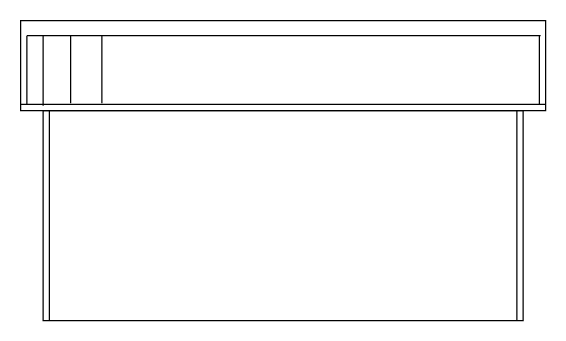
Above: Billings Elevation.drawio in dpolaristar/drawio (draw.io), before the change. Source tidied: cells renumbered, new cells numbered last; positions are measured from the earlier drawing's top-left corner, leaving out a move shared by most shapes. Both pictures are drawn from the tidied source at 125%, with x=0, y=0 at pixel (20, 20).
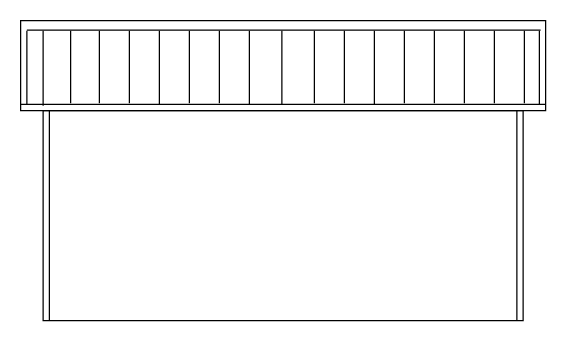
The same page after the edit.

What changed in the source:
```diff
@@
     <mxCell id="5" style="line;strokeWidth=1;direction=south;html=1;" parent="1" vertex="1">
-      <mxGeometry y="12" width="10" height="55" as="geometry" />
+      <mxGeometry y="8" width="10" height="59" as="geometry" />
     </mxCell>
     <mxCell id="6" style="line;strokeWidth=1;direction=south;html=1;" parent="1" vertex="1">
-      <mxGeometry x="410" y="12" width="10" height="55" as="geometry" />
+      <mxGeometry x="410" y="8" width="10" height="59" as="geometry" />
     </mxCell>
     <mxCell id="7" style="line;strokeWidth=1;html=1;" parent="1" vertex="1">
-      <mxGeometry x="5" y="7" width="411" height="10" as="geometry" />
+      <mxGeometry x="5" y="7" width="411" height="1" as="geometry" />
     </mxCell>
@@
     <mxCell id="10" style="line;strokeWidth=1;direction=south;html=1;" parent="1" vertex="1">
-      <mxGeometry x="13" y="12" width="10" height="56" as="geometry" />
+      <mxGeometry x="13" y="8" width="10" height="60" as="geometry" />
     </mxCell>
     <mxCell id="11" style="line;strokeWidth=1;direction=south;html=1;" parent="1" vertex="1">
-      <mxGeometry x="35" y="12" width="10" height="54" as="geometry" />
+      <mxGeometry x="35" y="8" width="10" height="58" as="geometry" />
     </mxCell>
     <mxCell id="12" style="line;strokeWidth=1;direction=south;html=1;" parent="1" vertex="1">
-      <mxGeometry x="60" y="12" width="10" height="54" as="geometry" />
+      <mxGeometry x="58" y="8" width="10" height="58" as="geometry" />
     </mxCell>
+    <mxCell id="13" style="line;strokeWidth=1;direction=south;html=1;" parent="1" vertex="1">
+      <mxGeometry x="82" y="8" width="10" height="58" as="geometry" />
+    </mxCell>
+    <mxCell id="14" style="line;strokeWidth=1;direction=south;html=1;" parent="1" vertex="1">
+      <mxGeometry x="106" y="8" width="10" height="59" as="geometry" />
+    </mxCell>
+    <mxCell id="15" style="line;strokeWidth=1;direction=south;html=1;" parent="1" vertex="1">
+      <mxGeometry x="130" y="8" width="10" height="58" as="geometry" />
+    </mxCell>
+    <mxCell id="16" style="line;strokeWidth=1;direction=south;html=1;" parent="1" vertex="1">
+      <mxGeometry x="154" y="8" width="10" height="58" as="geometry" />
+    </mxCell>
+    <mxCell id="17" style="line;strokeWidth=1;direction=south;html=1;" parent="1" vertex="1">
+      <mxGeometry x="178" y="8" width="10" height="59" as="geometry" />
+    </mxCell>
+    <mxCell id="18" style="line;strokeWidth=1;direction=south;html=1;" parent="1" vertex="1">
+      <mxGeometry x="204" y="8" width="10" height="59" as="geometry" />
+    </mxCell>
+    <mxCell id="19" style="line;strokeWidth=1;direction=south;html=1;" parent="1" vertex="1">
+      <mxGeometry x="230" y="8" width="10" height="58" as="geometry" />
+    </mxCell>
+    <mxCell id="20" style="line;strokeWidth=1;direction=south;html=1;" parent="1" vertex="1">
+      <mxGeometry x="254" y="8" width="10" height="58" as="geometry" />
+    </mxCell>
+    <mxCell id="21" style="line;strokeWidth=1;direction=south;html=1;" parent="1" vertex="1">
+      <mxGeometry x="278" y="8" width="10" height="59" as="geometry" />
+    </mxCell>
+    <mxCell id="22" style="line;strokeWidth=1;direction=south;html=1;" parent="1" vertex="1">
+      <mxGeometry x="302" y="8" width="10" height="58" as="geometry" />
+    </mxCell>
+    <mxCell id="23" style="line;strokeWidth=1;direction=south;html=1;" parent="1" vertex="1">
+      <mxGeometry x="326" y="8" width="10" height="58" as="geometry" />
+    </mxCell>
+    <mxCell id="24" style="line;strokeWidth=1;direction=south;html=1;" parent="1" vertex="1">
+      <mxGeometry x="350" y="8" width="10" height="58" as="geometry" />
+    </mxCell>
+    <mxCell id="25" style="line;strokeWidth=1;direction=south;html=1;" parent="1" vertex="1">
+      <mxGeometry x="374" y="8" width="10" height="58" as="geometry" />
+    </mxCell>
+    <mxCell id="26" style="line;strokeWidth=1;direction=south;html=1;" parent="1" vertex="1">
+      <mxGeometry x="398" y="8" width="10" height="58" as="geometry" />
+    </mxCell>
```
